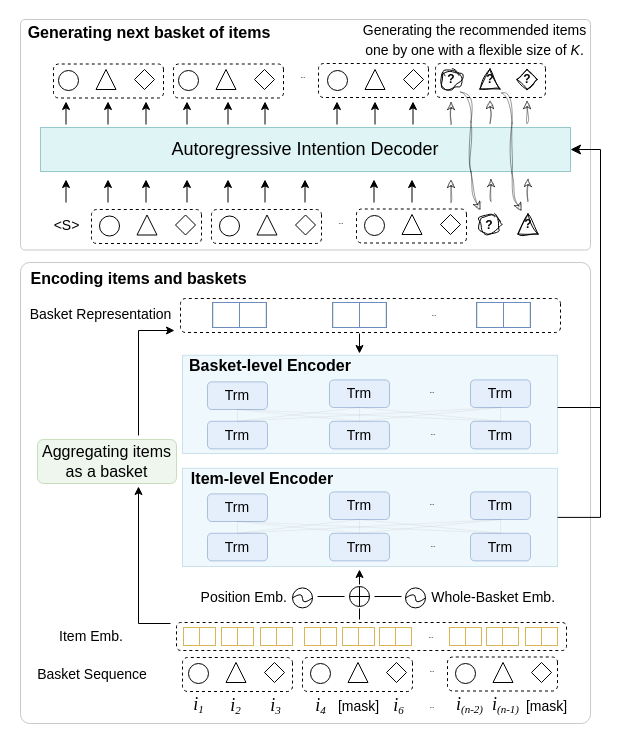
Above: architecture.drawio in wenqisun/data (draw.io), before the change. Source tidied: cells renumbered, new cells numbered last; positions are measured from the earlier drawing's top-left corner, leaving out a move shared by most shapes. Both pictures are drawn from the tidied source at 100%, with x=0, y=0 at pixel (17, 17).
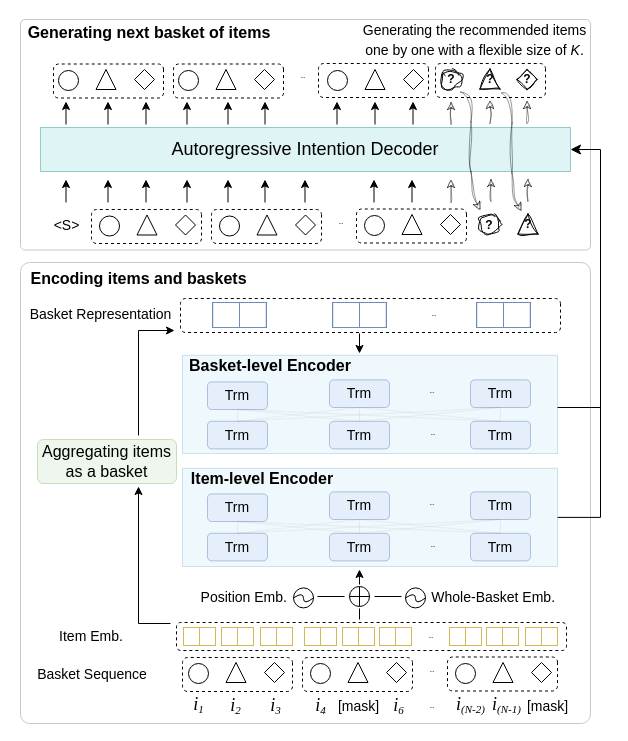
The same diagram, later.

Unchanged cells that the change refers to:
```xml
<mxCell id="79" style="group;" parent="1" vertex="1">
  <mxGeometry x="275" y="569" width="30" height="30" as="geometry" />
</mxCell>
```

What changed in the source:
```diff
@@
     <mxCell id="80" style="ellipse;whiteSpace=wrap;html=1;" parent="79" vertex="1">
-      <mxGeometry y="1.4" width="20" height="20" as="geometry" />
+      <mxGeometry x="1" y="1.4" width="20" height="20" as="geometry" />
     </mxCell>
     <mxCell id="81" style="curved=1;endArrow=none;html=1;rounded=0;endFill=0;entryX=0;entryY=0.5;entryDx=0;entryDy=0;exitX=1;exitY=0.5;exitDx=0;exitDy=0;" parent="79" edge="1" source="80" target="80">
       <mxGeometry relative="1" as="geometry">
         <Array as="points">
-          <mxPoint x="10" y="19" />
-          <mxPoint x="10" y="4.8" />
+          <mxPoint x="11" y="19" />
+          <mxPoint x="11" y="4.8" />
         </Array>
       </mxGeometry>
     </mxCell>
@@
     <mxCell id="120" value="&lt;font style=&quot;font-size: 14px;&quot;&gt;[mask]&lt;/font&gt;" style="text;strokeColor=none;align=center;fillColor=none;html=1;verticalAlign=middle;whiteSpace=wrap;rounded=0;fontSize=14;fontFamily=Helvetica;" parent="1" vertex="1">
-      <mxGeometry x="515.5" y="673.5" width="27" height="30" as="geometry" />
+      <mxGeometry x="516.5" y="673.5" width="27" height="30" as="geometry" />
     </mxCell>
-    <mxCell id="121" value="&lt;font style=&quot;&quot; face=&quot;Times New Roman&quot;&gt;&lt;i&gt;&lt;font style=&quot;font-size: 18px;&quot;&gt;i&lt;/font&gt;&lt;sub style=&quot;&quot;&gt;&lt;font style=&quot;font-size: 11px;&quot;&gt;(n-1)&lt;/font&gt;&lt;/sub&gt;&lt;/i&gt;&lt;/font&gt;" style="text;strokeColor=none;align=center;fillColor=none;html=1;verticalAlign=middle;whiteSpace=wrap;rounded=0;fontSize=14;fontFamily=Helvetica;" parent="1" vertex="1">
-      <mxGeometry x="470" y="673" width="37" height="30" as="geometry" />
-    </mxCell>
-    <mxCell id="122" value="&lt;font style=&quot;&quot; face=&quot;Times New Roman&quot;&gt;&lt;i&gt;&lt;font style=&quot;font-size: 18px;&quot;&gt;i&lt;/font&gt;&lt;sub style=&quot;&quot;&gt;&lt;font style=&quot;font-size: 11px;&quot;&gt;(n-2)&lt;/font&gt;&lt;/sub&gt;&lt;/i&gt;&lt;/font&gt;" style="text;strokeColor=none;align=center;fillColor=none;html=1;verticalAlign=middle;whiteSpace=wrap;rounded=0;fontSize=14;fontFamily=Helvetica;" parent="1" vertex="1">
-      <mxGeometry x="434" y="673" width="37" height="30" as="geometry" />
+    <mxCell id="122" value="&lt;font style=&quot;&quot; face=&quot;Times New Roman&quot;&gt;&lt;i&gt;&lt;font style=&quot;font-size: 18px;&quot;&gt;i&lt;/font&gt;&lt;sub style=&quot;&quot;&gt;&lt;font style=&quot;font-size: 11px;&quot;&gt;(N-2)&lt;/font&gt;&lt;/sub&gt;&lt;/i&gt;&lt;/font&gt;" style="text;strokeColor=none;align=center;fillColor=none;html=1;verticalAlign=middle;whiteSpace=wrap;rounded=0;fontSize=14;fontFamily=Helvetica;" parent="1" vertex="1">
+      <mxGeometry x="435" y="673" width="37" height="30" as="geometry" />
     </mxCell>
@@
+    <mxCell id="121" value="&lt;font style=&quot;&quot; face=&quot;Times New Roman&quot;&gt;&lt;i&gt;&lt;font style=&quot;font-size: 18px;&quot;&gt;i&lt;/font&gt;&lt;sub style=&quot;&quot;&gt;&lt;font style=&quot;font-size: 11px;&quot;&gt;(N-1)&lt;/font&gt;&lt;/sub&gt;&lt;/i&gt;&lt;/font&gt;" style="text;strokeColor=none;align=center;fillColor=none;html=1;verticalAlign=middle;whiteSpace=wrap;rounded=0;fontSize=14;fontFamily=Helvetica;" parent="1" vertex="1">
+      <mxGeometry x="471" y="673" width="37" height="30" as="geometry" />
+    </mxCell>
```
